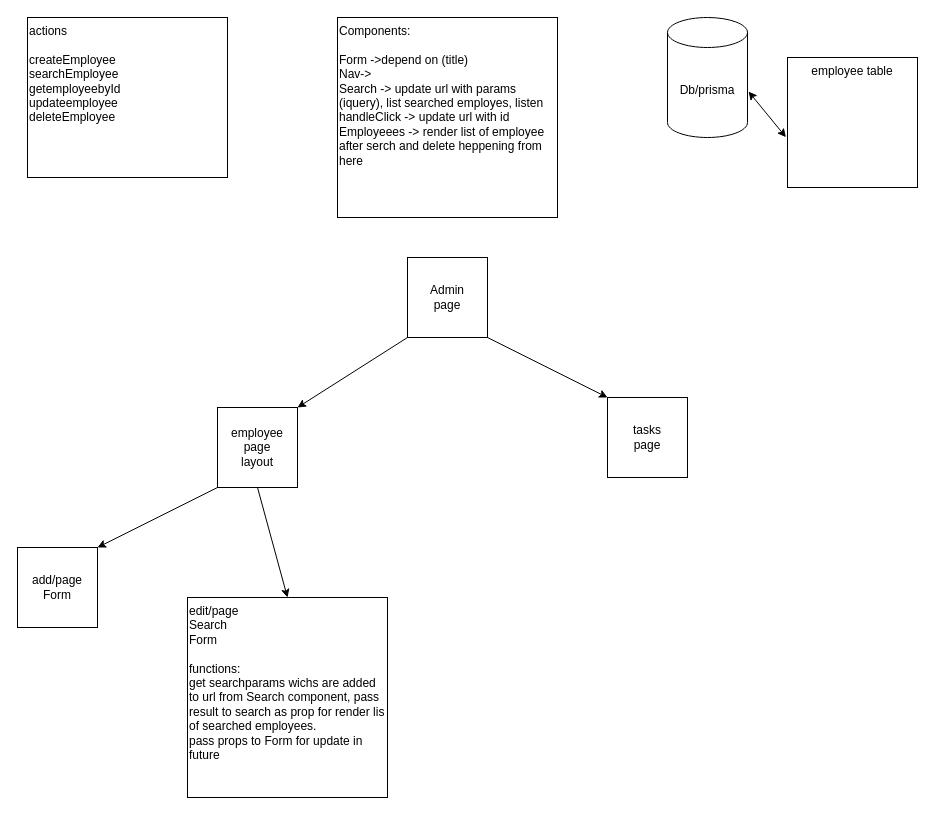
The draw.io diagram Untitled Diagram.drawio in George-giorgi/tasksflow, before the edit. Source tidied: cells renumbered, new cells numbered last; positions are measured from the earlier drawing's top-left corner, leaving out a move shared by most shapes. Both pictures are drawn from the tidied source at 100%, with x=0, y=0 at pixel (17, 17).
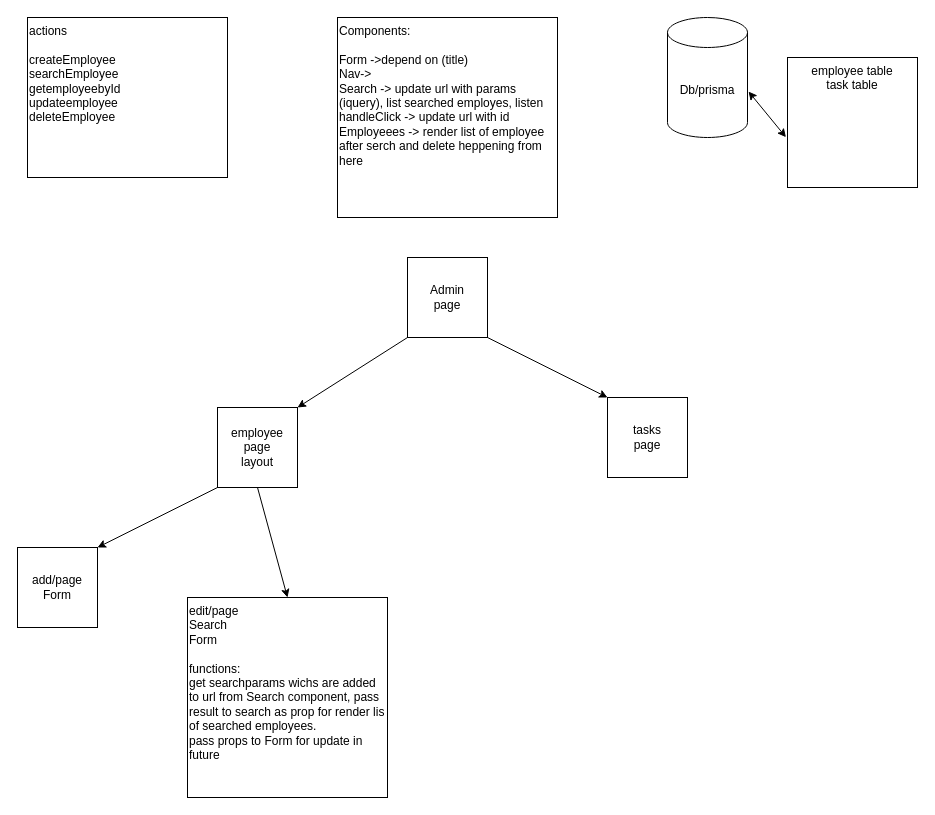
After the change.

What changed in the source:
```diff
@@
 <mxGraphModel>
   <root>
     <mxCell id="0" />
     <mxCell id="1" parent="0" />
     <mxCell id="2" value="Admin&lt;div&gt;page&lt;/div&gt;" style="whiteSpace=wrap;html=1;" parent="1" vertex="1">
       <mxGeometry x="390" y="240" width="80" height="80" as="geometry" />
     </mxCell>
     <mxCell id="3" style="endArrow=classic;html=1;rounded=0;exitX=0;exitY=1;exitDx=0;exitDy=0;entryX=1;entryY=0;entryDx=0;entryDy=0;" parent="1" edge="1" source="2" target="5">
       <mxGeometry relative="1" as="geometry" />
     </mxCell>
     <mxCell id="4" style="endArrow=classic;html=1;rounded=0;exitX=1;exitY=1;exitDx=0;exitDy=0;entryX=0;entryY=0;entryDx=0;entryDy=0;" parent="1" edge="1" source="2" target="6">
       <mxGeometry relative="1" as="geometry" />
     </mxCell>
     <mxCell id="5" value="employee&lt;div&gt;page&lt;/div&gt;&lt;div&gt;layout&lt;/div&gt;" style="whiteSpace=wrap;html=1;" parent="1" vertex="1">
       <mxGeometry x="200" y="390" width="80" height="80" as="geometry" />
     </mxCell>
     <mxCell id="6" value="tasks&lt;div&gt;page&lt;/div&gt;" style="whiteSpace=wrap;html=1;" parent="1" vertex="1">
       <mxGeometry x="590" y="380" width="80" height="80" as="geometry" />
     </mxCell>
     <mxCell id="7" value="&lt;span style=&quot;background-color: light-dark(#ffffff, var(--ge-dark-color, #121212));&quot;&gt;Components:&lt;/span&gt;&lt;div&gt;&lt;br&gt;&lt;div&gt;Form -&amp;gt;depend on (title)&lt;/div&gt;&lt;/div&gt;&lt;div&gt;Nav-&amp;gt;&lt;/div&gt;&lt;div&gt;Search -&amp;gt; update url with params (iquery), list searched employes, listen handleClick -&amp;gt; update url with id&amp;nbsp;&lt;/div&gt;&lt;div&gt;Employeees -&amp;gt; render list of employee after serch and delete heppening from here&lt;/div&gt;&lt;div&gt;&lt;br&gt;&lt;/div&gt;" style="rounded=0;whiteSpace=wrap;html=1;align=left;verticalAlign=top;" parent="1" vertex="1">
       <mxGeometry x="320" width="220" height="200" as="geometry" />
     </mxCell>
     <mxCell id="8" value="add/page&lt;div&gt;Form&lt;/div&gt;" style="whiteSpace=wrap;html=1;" parent="1" vertex="1">
       <mxGeometry y="530" width="80" height="80" as="geometry" />
     </mxCell>
     <mxCell id="9" value="edit/page&lt;div&gt;Search&lt;br&gt;&lt;div&gt;Form&lt;/div&gt;&lt;div&gt;&lt;br&gt;&lt;/div&gt;&lt;div&gt;functions:&lt;/div&gt;&lt;div&gt;get searchparams wichs are added to url from Search component, pass result to search as prop for render lis of searched employees.&lt;/div&gt;&lt;div&gt;pass props to Form for update in future&lt;/div&gt;&lt;/div&gt;" style="whiteSpace=wrap;html=1;verticalAlign=top;align=left;" parent="1" vertex="1">
       <mxGeometry x="170" y="580" width="200" height="200" as="geometry" />
     </mxCell>
     <mxCell id="10" style="endArrow=classic;html=1;rounded=0;exitX=0.5;exitY=1;exitDx=0;exitDy=0;entryX=0.5;entryY=0;entryDx=0;entryDy=0;" parent="1" edge="1" source="5" target="9">
       <mxGeometry relative="1" as="geometry" />
     </mxCell>
     <mxCell id="11" style="endArrow=classic;html=1;rounded=0;exitX=0;exitY=1;exitDx=0;exitDy=0;entryX=1;entryY=0;entryDx=0;entryDy=0;" parent="1" edge="1" source="5" target="8">
       <mxGeometry relative="1" as="geometry" />
     </mxCell>
     <mxCell id="12" value="Db/prisma" style="shape=cylinder3;whiteSpace=wrap;html=1;boundedLbl=1;backgroundOutline=1;size=15;" parent="1" vertex="1">
       <mxGeometry x="650" width="80" height="120" as="geometry" />
     </mxCell>
-    <mxCell id="13" value="employee table&lt;div&gt;&lt;br&gt;&lt;/div&gt;&lt;div&gt;&lt;br&gt;&lt;/div&gt;" style="whiteSpace=wrap;html=1;verticalAlign=top;" parent="1" vertex="1">
+    <mxCell id="13" value="employee table&lt;div&gt;task table&lt;br&gt;&lt;div&gt;&lt;br&gt;&lt;/div&gt;&lt;div&gt;&lt;br&gt;&lt;/div&gt;&lt;/div&gt;" style="whiteSpace=wrap;html=1;verticalAlign=top;" parent="1" vertex="1">
       <mxGeometry x="770" y="40" width="130" height="130" as="geometry" />
     </mxCell>
     <mxCell id="14" style="endArrow=classic;startArrow=classic;html=1;rounded=0;entryX=1.013;entryY=0.617;entryDx=0;entryDy=0;entryPerimeter=0;exitX=-0.012;exitY=0.613;exitDx=0;exitDy=0;exitPerimeter=0;" parent="1" edge="1" source="13" target="12">
       <mxGeometry relative="1" as="geometry" />
     </mxCell>
     <mxCell id="15" value="actions&lt;div&gt;&lt;br&gt;&lt;/div&gt;&lt;div&gt;createEmployee&lt;/div&gt;&lt;div&gt;searchEmployee&lt;/div&gt;&lt;div&gt;getemployeebyId&lt;/div&gt;&lt;div&gt;updateemployee&lt;/div&gt;&lt;div&gt;deleteEmployee&lt;/div&gt;" style="rounded=0;whiteSpace=wrap;html=1;verticalAlign=top;align=left;" parent="1" vertex="1">
       <mxGeometry x="10" width="200" height="160" as="geometry" />
     </mxCell>
   </root>
 </mxGraphModel>
```
